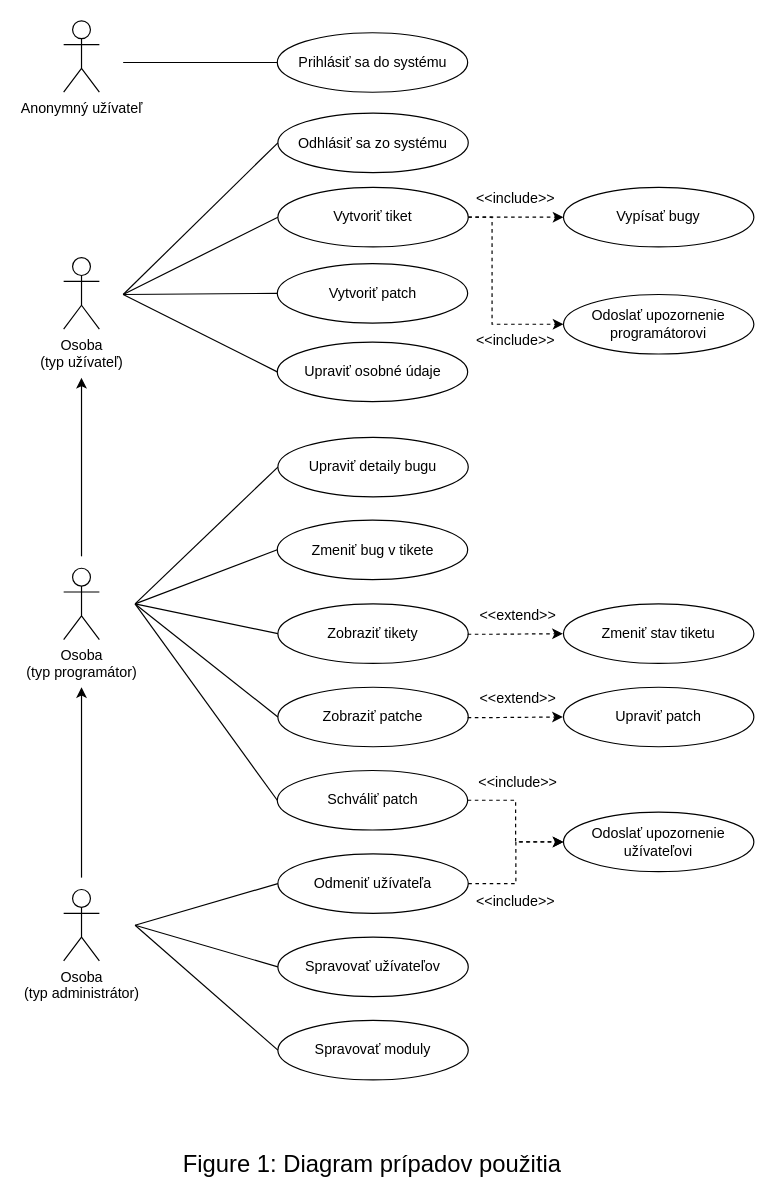
The draw.io diagram UCD.drawio in KLZ-0/ids-project, before the edit. Source tidied: cells renumbered, new cells numbered last; positions are measured from the earlier drawing's top-left corner, leaving out a move shared by most shapes. Both pictures are drawn from the tidied source at 119%, with x=0, y=0 at pixel (56, 20).
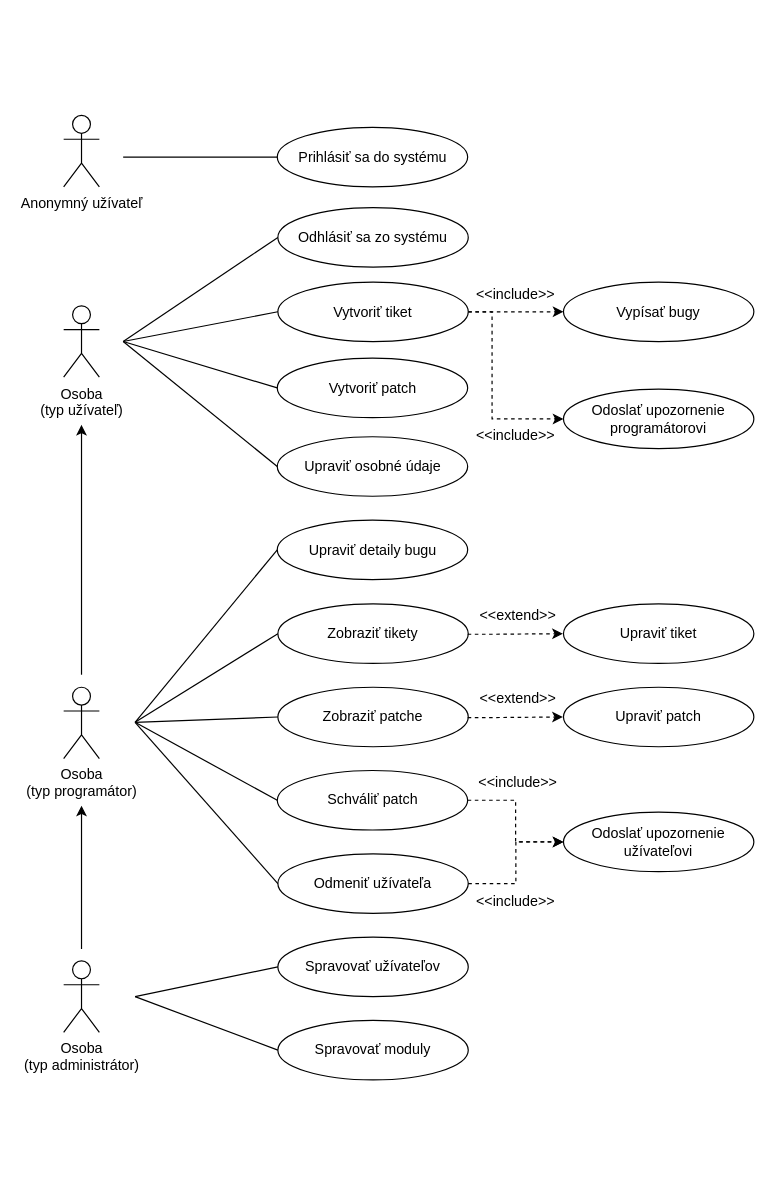
The same diagram, later.

The change refers to these unchanged cells:
```xml
<mxCell id="8" value="Schváliť patch" style="ellipse;whiteSpace=wrap;html=1;" parent="1" vertex="1">
  <mxGeometry x="185.5" y="630" width="160" height="50" as="geometry" />
</mxCell>
<mxCell id="16" value="Zobraziť tikety" style="ellipse;whiteSpace=wrap;html=1;" parent="1" vertex="1">
  <mxGeometry x="186" y="490" width="160" height="50" as="geometry" />
</mxCell>
<mxCell id="20" value="Zobraziť patche" style="ellipse;whiteSpace=wrap;html=1;" parent="1" vertex="1">
  <mxGeometry x="186" y="560" width="160" height="50" as="geometry" />
</mxCell>
<mxCell id="26" value="Odmeniť užívateľa" style="ellipse;whiteSpace=wrap;html=1;" parent="1" vertex="1">
  <mxGeometry x="186" y="700" width="160" height="50" as="geometry" />
</mxCell>
<mxCell id="34" value="Spravovať užívateľov" style="ellipse;whiteSpace=wrap;html=1;" parent="1" vertex="1">
  <mxGeometry x="186" y="770" width="160" height="50" as="geometry" />
</mxCell>
<mxCell id="39" value="Spravovať moduly" style="ellipse;whiteSpace=wrap;html=1;" parent="1" vertex="1">
  <mxGeometry x="186" y="840" width="160" height="50" as="geometry" />
</mxCell>
```

Change to the diagram source:
```diff
@@
     <mxCell id="3" value="Vytvoriť tiket" style="ellipse;whiteSpace=wrap;html=1;" parent="1" vertex="1">
-      <mxGeometry x="186" y="140" width="160" height="50" as="geometry" />
+      <mxGeometry x="186" y="219.5" width="160" height="50" as="geometry" />
     </mxCell>
     <mxCell id="4" value="Osoba&lt;br&gt;(typ programátor)" style="shape=umlActor;verticalLabelPosition=bottom;labelBackgroundColor=#ffffff;verticalAlign=top;html=1;" parent="1" vertex="1">
-      <mxGeometry x="6" y="460" width="30" height="60" as="geometry" />
+      <mxGeometry x="6" y="560" width="30" height="60" as="geometry" />
     </mxCell>
     <mxCell id="5" value="Vytvoriť patch" style="ellipse;whiteSpace=wrap;html=1;" parent="1" vertex="1">
-      <mxGeometry x="185.5" y="204" width="160" height="50" as="geometry" />
+      <mxGeometry x="185.5" y="283.5" width="160" height="50" as="geometry" />
     </mxCell>
     <mxCell id="6" value="Upraviť osobné údaje" style="ellipse;whiteSpace=wrap;html=1;" parent="1" vertex="1">
-      <mxGeometry x="185.5" y="270" width="160" height="50" as="geometry" />
+      <mxGeometry x="185.5" y="349.5" width="160" height="50" as="geometry" />
     </mxCell>
-    <mxCell id="7" value="Zmeniť bug v tikete" style="ellipse;whiteSpace=wrap;html=1;" parent="1" vertex="1">
+    <mxCell id="7" value="Upraviť detaily bugu" style="ellipse;whiteSpace=wrap;html=1;" parent="1" vertex="1">
       <mxGeometry x="185.5" y="419.5" width="160" height="50" as="geometry" />
     </mxCell>
@@
     <mxCell id="9" value="Osoba&lt;br&gt;(typ užívateľ)" style="shape=umlActor;verticalLabelPosition=bottom;labelBackgroundColor=#ffffff;verticalAlign=top;html=1;" parent="1" vertex="1">
-      <mxGeometry x="6" y="199" width="30" height="60" as="geometry" />
+      <mxGeometry x="6" y="239.5" width="30" height="60" as="geometry" />
     </mxCell>
     <mxCell id="10" style="endArrow=none;html=1;entryX=0;entryY=0.5;entryDx=0;entryDy=0;" parent="1" edge="1" target="6">
       <mxGeometry relative="1" as="geometry">
-        <mxPoint x="56" y="230" as="sourcePoint" />
+        <mxPoint x="56" y="269.5" as="sourcePoint" />
       </mxGeometry>
     </mxCell>
     <mxCell id="11" style="endArrow=none;html=1;entryX=0;entryY=0.5;entryDx=0;entryDy=0;" parent="1" edge="1" target="3">
       <mxGeometry relative="1" as="geometry">
-        <mxPoint x="56" y="230" as="sourcePoint" />
+        <mxPoint x="56" y="269.5" as="sourcePoint" />
       </mxGeometry>
     </mxCell>
     <mxCell id="12" style="endArrow=none;html=1;entryX=0;entryY=0.5;entryDx=0;entryDy=0;" parent="1" edge="1" target="7">
       <mxGeometry relative="1" as="geometry">
-        <mxPoint x="66" y="490" as="sourcePoint" />
+        <mxPoint x="66" y="589.5" as="sourcePoint" />
       </mxGeometry>
     </mxCell>
     <mxCell id="13" style="endArrow=none;html=1;entryX=0;entryY=0.5;entryDx=0;entryDy=0;" parent="1" edge="1" target="5">
       <mxGeometry relative="1" as="geometry">
-        <mxPoint x="56" y="230" as="sourcePoint" />
+        <mxPoint x="56" y="269.5" as="sourcePoint" />
       </mxGeometry>
     </mxCell>
     <mxCell id="14" style="endArrow=none;html=1;entryX=0;entryY=0.5;entryDx=0;entryDy=0;" parent="1" edge="1" target="8">
       <mxGeometry relative="1" as="geometry">
-        <mxPoint x="66" y="490" as="sourcePoint" />
+        <mxPoint x="66" y="589.5" as="sourcePoint" />
       </mxGeometry>
     </mxCell>
-    <mxCell id="15" value="Figure 1: Diagram prípadov použitia" style="text;html=1;strokeColor=none;fillColor=none;align=center;verticalAlign=middle;whiteSpace=wrap;rounded=0;fontSize=20;" parent="1" vertex="1">
-      <mxGeometry y="950" width="531" height="20" as="geometry" />
-    </mxCell>
@@
     <mxCell id="17" style="endArrow=none;html=1;entryX=0;entryY=0.5;entryDx=0;entryDy=0;" parent="1" edge="1" target="16">
       <mxGeometry relative="1" as="geometry">
-        <mxPoint x="66" y="490" as="sourcePoint" />
+        <mxPoint x="66" y="589.5" as="sourcePoint" />
       </mxGeometry>
     </mxCell>
     <mxCell id="18" value="Vypísať bugy" style="ellipse;whiteSpace=wrap;html=1;" parent="1" vertex="1">
-      <mxGeometry x="426" y="140" width="160" height="50" as="geometry" />
+      <mxGeometry x="426" y="219.5" width="160" height="50" as="geometry" />
     </mxCell>
     <mxCell id="19" value="&amp;lt;&amp;lt;include&amp;gt;&amp;gt;" style="text;html=1;strokeColor=none;fillColor=none;align=center;verticalAlign=middle;whiteSpace=wrap;rounded=0;fontSize=12;" parent="1" vertex="1">
-      <mxGeometry x="366" y="140" width="40" height="20" as="geometry" />
+      <mxGeometry x="366" y="219.5" width="40" height="20" as="geometry" />
     </mxCell>
@@
     <mxCell id="21" style="endArrow=none;html=1;entryX=0;entryY=0.5;entryDx=0;entryDy=0;" parent="1" edge="1" target="20">
       <mxGeometry relative="1" as="geometry">
-        <mxPoint x="66" y="490" as="sourcePoint" />
+        <mxPoint x="66" y="589.5" as="sourcePoint" />
       </mxGeometry>
     </mxCell>
-    <mxCell id="22" value="Upraviť detaily bugu" style="ellipse;whiteSpace=wrap;html=1;" parent="1" vertex="1">
-      <mxGeometry x="186" y="350" width="160" height="50" as="geometry" />
-    </mxCell>
-    <mxCell id="23" style="endArrow=none;html=1;entryX=0;entryY=0.5;entryDx=0;entryDy=0;" parent="1" edge="1" target="22">
-      <mxGeometry relative="1" as="geometry">
-        <mxPoint x="66" y="490" as="sourcePoint" />
-      </mxGeometry>
-    </mxCell>
     <mxCell id="24" value="Odoslať upozornenie programátorovi" style="ellipse;whiteSpace=wrap;html=1;" parent="1" vertex="1">
-      <mxGeometry x="426" y="230" width="160" height="50" as="geometry" />
+      <mxGeometry x="426" y="309.5" width="160" height="50" as="geometry" />
     </mxCell>
     <mxCell id="25" style="rounded=0;jettySize=auto;html=1;exitX=1;exitY=0.5;exitDx=0;exitDy=0;fontSize=12;entryX=0;entryY=0.5;entryDx=0;entryDy=0;dashed=1;edgeStyle=orthogonalEdgeStyle;" parent="1" edge="1" source="3" target="24">
       <mxGeometry relative="1" as="geometry">
         <Array as="points">
-          <mxPoint x="366" y="165" />
-          <mxPoint x="366" y="255" />
+          <mxPoint x="366" y="244.5" />
+          <mxPoint x="366" y="334.5" />
         </Array>
       </mxGeometry>
     </mxCell>
@@
     <mxCell id="27" style="endArrow=none;html=1;entryX=0;entryY=0.5;entryDx=0;entryDy=0;" parent="1" edge="1" target="26">
       <mxGeometry relative="1" as="geometry">
-        <mxPoint x="66" y="760" as="sourcePoint" />
+        <mxPoint x="66" y="589.5" as="sourcePoint" />
       </mxGeometry>
     </mxCell>
@@
     <mxCell id="32" value="&amp;lt;&amp;lt;include&amp;gt;&amp;gt;" style="text;html=1;strokeColor=none;fillColor=none;align=center;verticalAlign=middle;whiteSpace=wrap;rounded=0;fontSize=12;" parent="1" vertex="1">
-      <mxGeometry x="366" y="259" width="40" height="20" as="geometry" />
+      <mxGeometry x="366" y="338.5" width="40" height="20" as="geometry" />
     </mxCell>
     <mxCell id="33" value="Osoba&lt;br&gt;(typ administrátor)" style="shape=umlActor;verticalLabelPosition=bottom;labelBackgroundColor=#ffffff;verticalAlign=top;html=1;" parent="1" vertex="1">
-      <mxGeometry x="6" y="730" width="30" height="60" as="geometry" />
+      <mxGeometry x="6" y="790" width="30" height="60" as="geometry" />
     </mxCell>
@@
     <mxCell id="35" style="endArrow=none;html=1;entryX=0;entryY=0.5;entryDx=0;entryDy=0;" parent="1" edge="1" target="34">
       <mxGeometry relative="1" as="geometry">
-        <mxPoint x="66" y="760" as="sourcePoint" />
+        <mxPoint x="66" y="820" as="sourcePoint" />
       </mxGeometry>
     </mxCell>
@@
     <mxCell id="37" style="endArrow=classic;html=1;" parent="1" edge="1">
       <mxGeometry relative="1" as="geometry">
-        <mxPoint x="21" y="450" as="sourcePoint" />
-        <mxPoint x="21" y="300" as="targetPoint" />
+        <mxPoint x="21" y="549.5" as="sourcePoint" />
+        <mxPoint x="21" y="339.5" as="targetPoint" />
       </mxGeometry>
     </mxCell>
     <mxCell id="38" style="endArrow=classic;html=1;" parent="1" edge="1">
       <mxGeometry relative="1" as="geometry">
-        <mxPoint x="21" y="720" as="sourcePoint" />
-        <mxPoint x="21" y="560" as="targetPoint" />
+        <mxPoint x="21" y="780" as="sourcePoint" />
+        <mxPoint x="21" y="659.5" as="targetPoint" />
       </mxGeometry>
     </mxCell>
@@
     <mxCell id="40" style="endArrow=none;html=1;entryX=0;entryY=0.5;entryDx=0;entryDy=0;" parent="1" edge="1" target="39">
       <mxGeometry relative="1" as="geometry">
-        <mxPoint x="66" y="760" as="sourcePoint" />
+        <mxPoint x="66" y="820" as="sourcePoint" />
       </mxGeometry>
     </mxCell>
@@
-    <mxCell id="44" value="Zmeniť stav tiketu" style="ellipse;whiteSpace=wrap;html=1;" parent="1" vertex="1">
+    <mxCell id="44" value="Upraviť tiket" style="ellipse;whiteSpace=wrap;html=1;" parent="1" vertex="1">
       <mxGeometry x="426" y="490" width="160" height="50" as="geometry" />
     </mxCell>
@@
     <mxCell id="48" value="Anonymný užívateľ" style="shape=umlActor;verticalLabelPosition=bottom;labelBackgroundColor=#ffffff;verticalAlign=top;html=1;" parent="1" vertex="1">
-      <mxGeometry x="6" width="30" height="60" as="geometry" />
+      <mxGeometry x="6" y="79.5" width="30" height="60" as="geometry" />
     </mxCell>
     <mxCell id="49" value="Prihlásiť sa do systému" style="ellipse;whiteSpace=wrap;html=1;" parent="1" vertex="1">
-      <mxGeometry x="185.5" y="10" width="160" height="50" as="geometry" />
+      <mxGeometry x="185.5" y="89.5" width="160" height="50" as="geometry" />
     </mxCell>
     <mxCell id="50" value="Odhlásiť sa zo systému" style="ellipse;whiteSpace=wrap;html=1;" parent="1" vertex="1">
-      <mxGeometry x="186" y="77.5" width="160" height="50" as="geometry" />
+      <mxGeometry x="186" y="157" width="160" height="50" as="geometry" />
     </mxCell>
     <mxCell id="51" style="endArrow=none;html=1;entryX=0;entryY=0.5;entryDx=0;entryDy=0;" parent="1" edge="1" target="50">
       <mxGeometry relative="1" as="geometry">
-        <mxPoint x="56" y="230" as="sourcePoint" />
+        <mxPoint x="56" y="269.5" as="sourcePoint" />
       </mxGeometry>
     </mxCell>
     <mxCell id="52" style="endArrow=none;html=1;entryX=0;entryY=0.5;entryDx=0;entryDy=0;" parent="1" edge="1" target="49">
       <mxGeometry relative="1" as="geometry">
-        <mxPoint x="56" y="35" as="sourcePoint" />
+        <mxPoint x="56" y="114.5" as="sourcePoint" />
       </mxGeometry>
     </mxCell>
```
